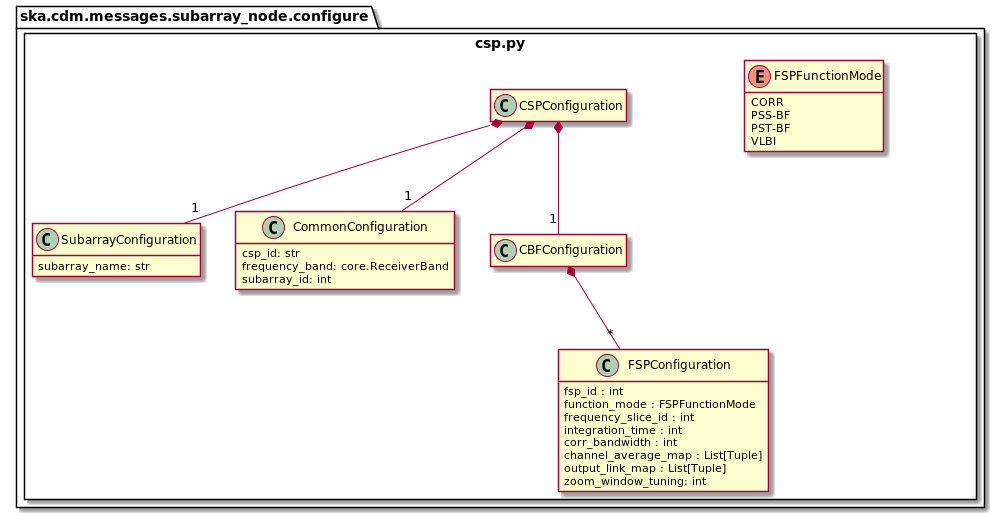
ska-telescope/cdm-shared-library keeps this PlantUML diagram as docs/src/developer/subarraynode/csp.png. Above is the earlier version.
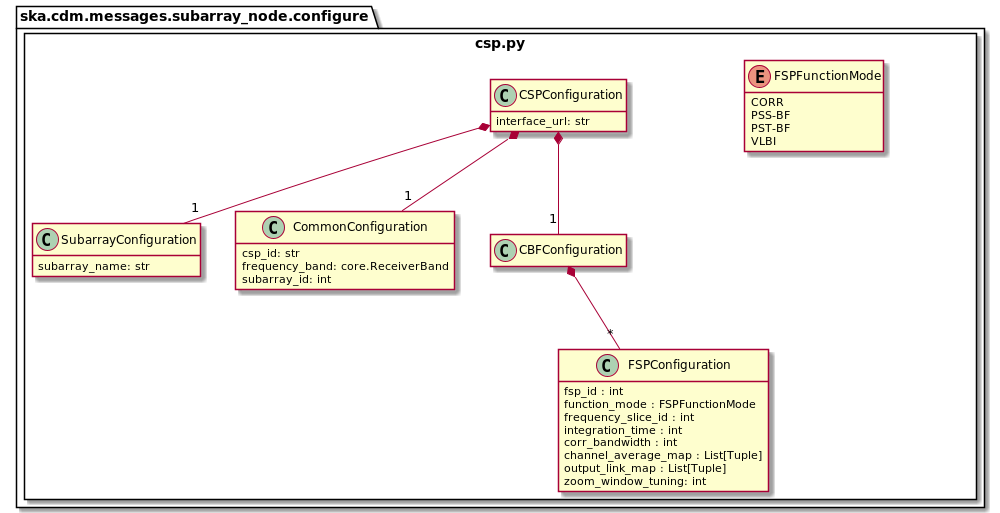
After the change.

Commit message:
Add interface_url field to CSP

Change to the diagram source:
```diff
@@ -53,7 +53,7 @@
 		}
 
 		class CSPConfiguration {
-
+	        interface_url: str
 		}
 		CBFConfiguration *-- "*" FSPConfiguration
 		CBFConfiguration *-- "1" VLBIConfiguration
```
